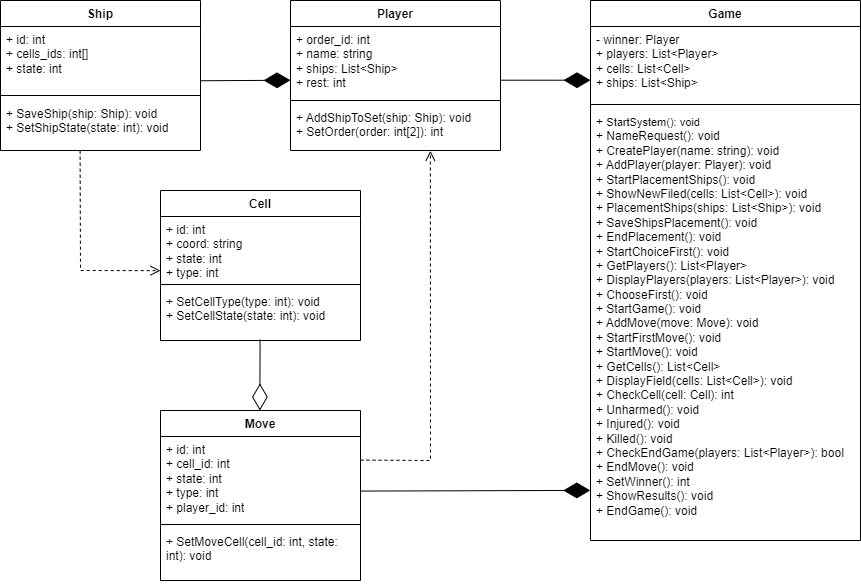
katefomkina/sea-battle keeps this draw.io diagram as images/lab5_UML.png. Above is the earlier version. Source tidied: cells renumbered, new cells last; positions are measured from the earlier drawing's top-left corner, leaving out a move shared by most shapes.
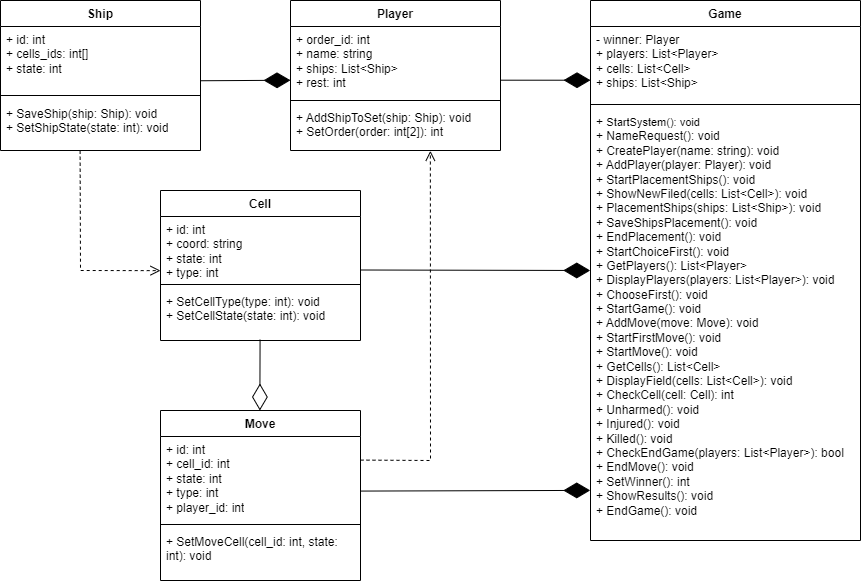
Later version of the same file.

Change to the diagram source:
```diff
@@ -96,5 +96,10 @@
         </Array>
       </mxGeometry>
     </mxCell>
+    <mxCell id="28" style="endArrow=diamondThin;endFill=1;endSize=24;html=1;rounded=0;entryX=-0.001;entryY=0.375;entryDx=0;entryDy=0;entryPerimeter=0;exitX=1.001;exitY=0.767;exitDx=0;exitDy=0;exitPerimeter=0;" parent="1" edge="1" target="9">
+      <mxGeometry relative="1" as="geometry">
+        <mxPoint x="360" y="269.5" as="sourcePoint" />
+      </mxGeometry>
+    </mxCell>
   </root>
 </mxGraphModel>
```
